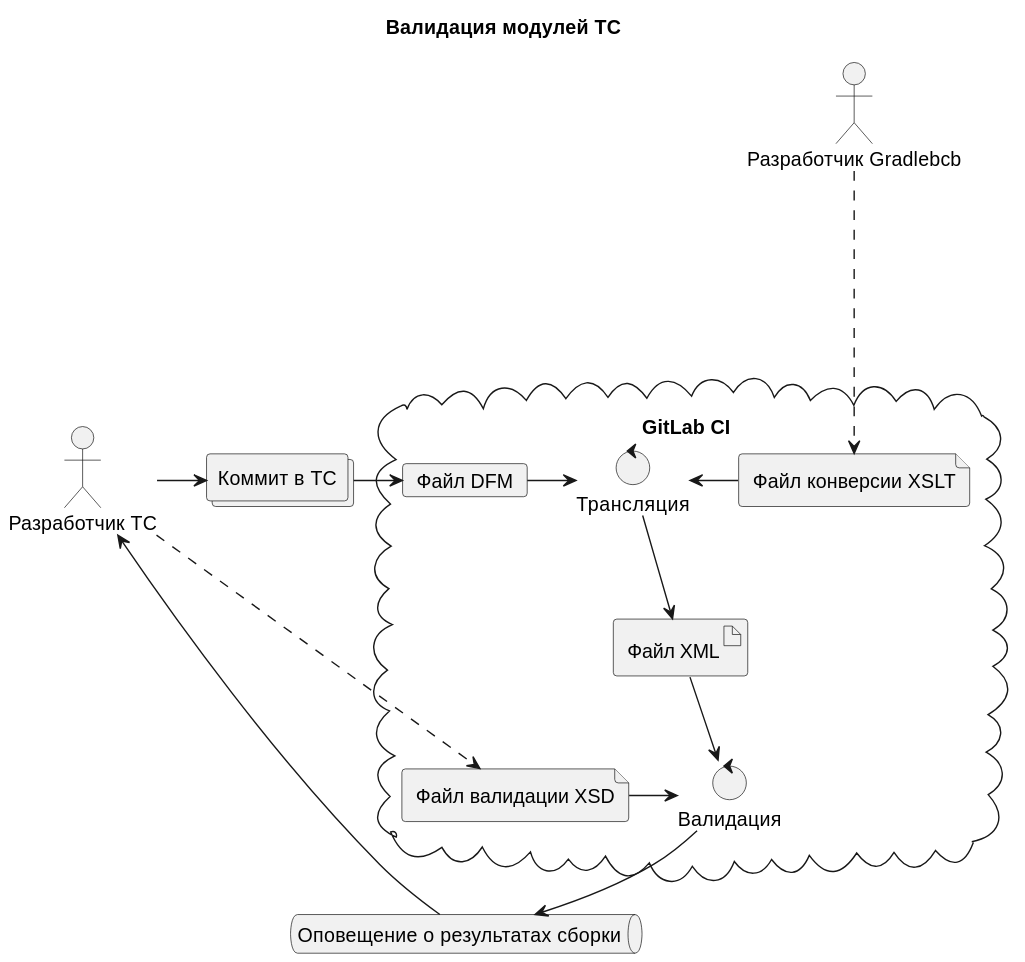
This is docs/out/xsd/xsd.svg from olgapshen/Sysbase, a PlantUML export, as it was before one commit.
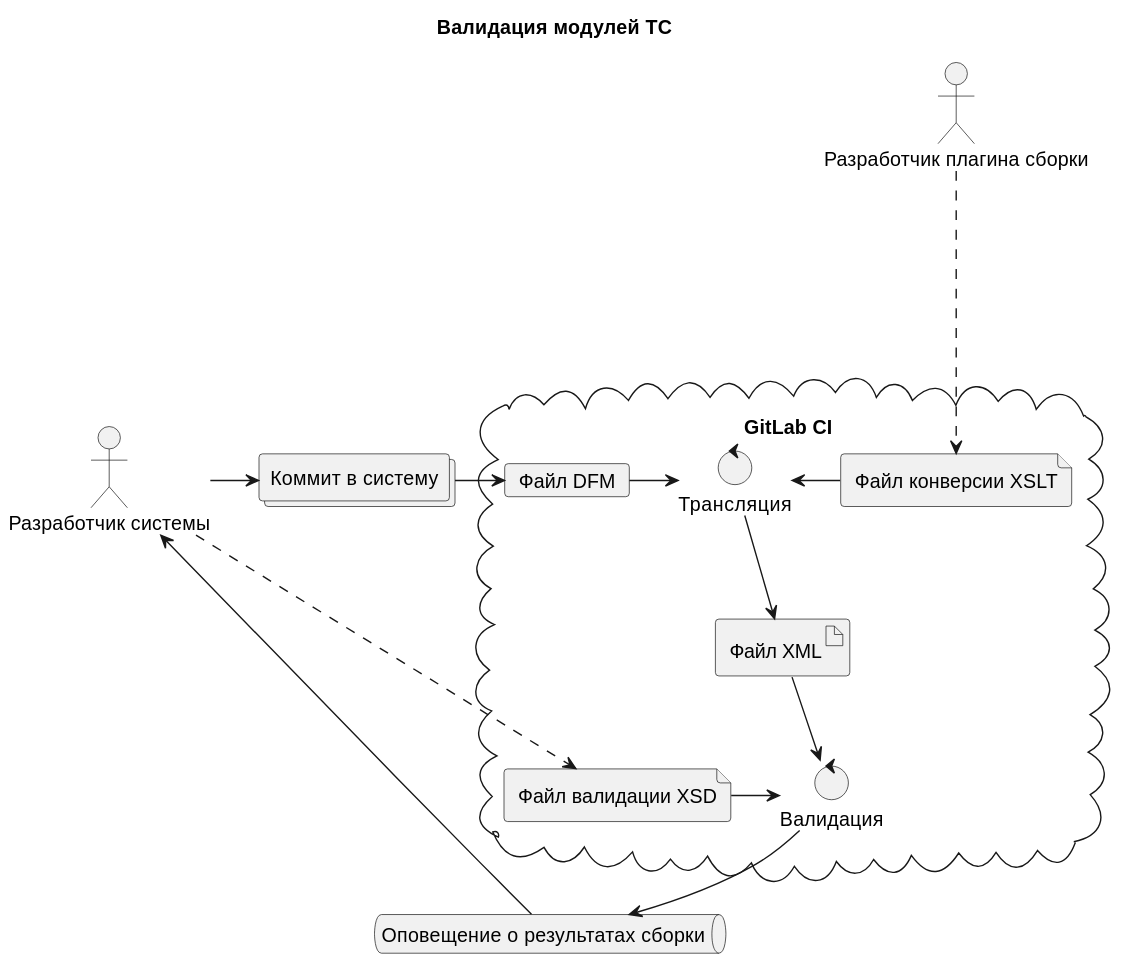
After the commit.

Commit message:
Актуализация схемы валидации Delphi форм

The edit, as a diff of the source:
```diff
@@ -2,9 +2,9 @@
 
 title Валидация модулей ТС
 
-actor "Разработчик ТС" as tsprog
-actor "Разработчик Gradlebcb" as gradleprog
-collections "Коммит в ТС" as commit
+actor "Разработчик системы" as tsprog
+actor "Разработчик плагина сборки" as gradleprog
+collections "Коммит в систему" as commit
 queue "Оповещение о результатах сборки" as mail
 
 
```
